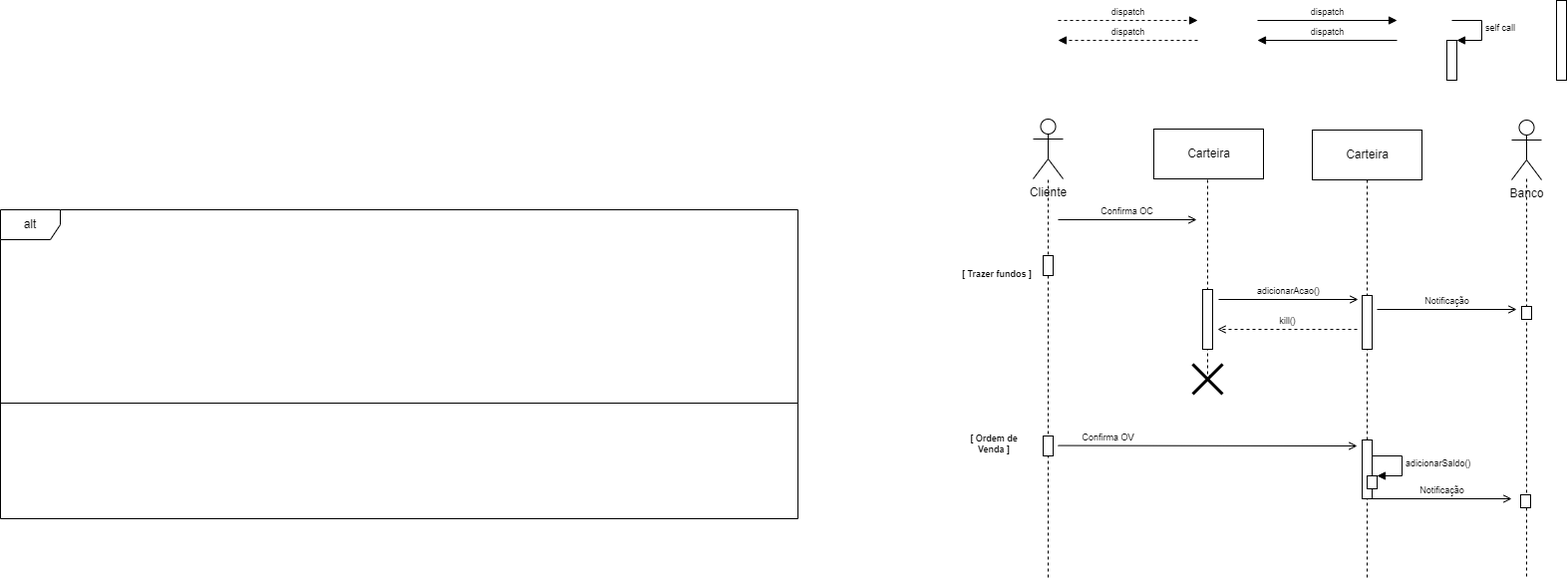
Above: MarketDiagramasDeSequencia/MarketSequencia05.drawio.png in EijiDogen/FEI_MDSMarket (draw.io), before the change. Source tidied: cells renumbered, new cells last; positions are measured from the earlier drawing's top-left corner, leaving out a move shared by most shapes.
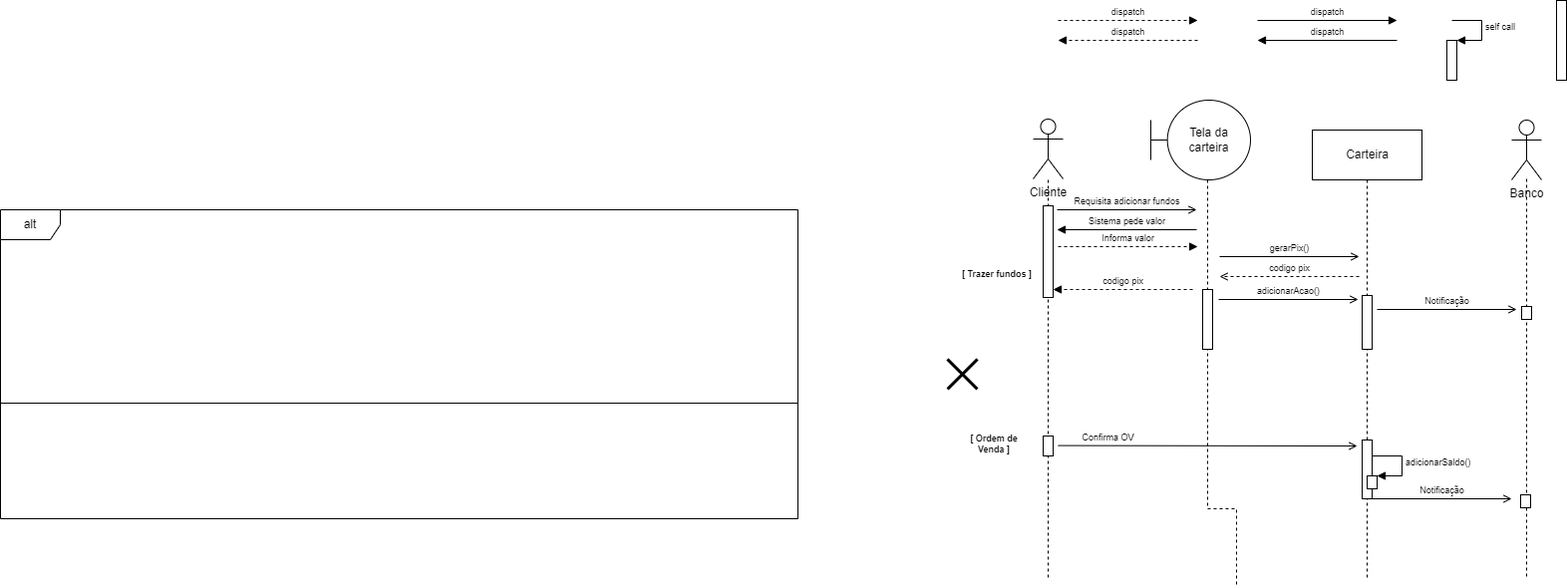
Later version of the same file.

What changed in the source:
```diff
@@ -51,21 +51,18 @@
     <mxCell id="12" style="edgeStyle=orthogonalEdgeStyle;rounded=0;orthogonalLoop=1;jettySize=auto;html=1;endArrow=none;endFill=0;dashed=1;" parent="5" edge="1">
       <mxGeometry relative="1" as="geometry">
         <mxPoint x="1211" y="180" as="sourcePoint" />
-        <mxPoint x="1214" y="376" as="targetPoint" />
+        <mxPoint x="1240" y="587" as="targetPoint" />
         <Array as="points">
-          <mxPoint x="1211" y="376" />
+          <mxPoint x="1211" y="510" />
         </Array>
       </mxGeometry>
     </mxCell>
-    <mxCell id="13" value="Carteira" style="html=1;" parent="5" vertex="1">
-      <mxGeometry x="1157" y="129" width="110" height="50" as="geometry" />
-    </mxCell>
     <mxCell id="14" value="Active" parent="0" />
     <mxCell id="15" style="html=1;perimeter=orthogonalPerimeter;fontSize=9;" parent="14" vertex="1">
       <mxGeometry x="1561" width="10" height="80" as="geometry" />
     </mxCell>
     <mxCell id="16" style="html=1;perimeter=orthogonalPerimeter;fontSize=9;" parent="14" vertex="1">
-      <mxGeometry x="1046" y="256" width="10" height="20" as="geometry" />
+      <mxGeometry x="1046" y="206" width="10" height="92" as="geometry" />
     </mxCell>
     <mxCell id="17" style="html=1;perimeter=orthogonalPerimeter;fontSize=9;" parent="14" vertex="1">
       <mxGeometry x="1206" y="290" width="10" height="60" as="geometry" />
@@ -99,11 +96,38 @@
     <mxCell id="24" value="[ Ordem de&lt;br&gt;Venda ]" style="text;html=1;strokeColor=none;fillColor=none;align=center;verticalAlign=middle;whiteSpace=wrap;rounded=0;fontSize=9;fontStyle=1;" parent="14" vertex="1">
       <mxGeometry x="938" y="430" width="118" height="30" as="geometry" />
     </mxCell>
+    <mxCell id="40" value="Tela da&lt;br&gt;carteira" style="shape=umlBoundary;whiteSpace=wrap;html=1;" parent="14" vertex="1">
+      <mxGeometry x="1154" y="100" width="100" height="80" as="geometry" />
+    </mxCell>
+    <mxCell id="41" value="gerarPix()" style="html=1;verticalAlign=bottom;endArrow=open;rounded=0;fontSize=9;endFill=0;" parent="14" edge="1">
+      <mxGeometry relative="1" as="geometry">
+        <mxPoint x="1223" y="257" as="sourcePoint" />
+        <mxPoint x="1363" y="257" as="targetPoint" />
+      </mxGeometry>
+    </mxCell>
+    <mxCell id="42" value="codigo pix" style="html=1;verticalAlign=bottom;endArrow=block;rounded=0;dashed=1;fontSize=9;" parent="14" edge="1">
+      <mxGeometry relative="1" as="geometry">
+        <mxPoint x="1196" y="290" as="sourcePoint" />
+        <mxPoint x="1056" y="290" as="targetPoint" />
+      </mxGeometry>
+    </mxCell>
+    <mxCell id="43" value="Sistema pede valor" style="html=1;verticalAlign=bottom;endArrow=block;rounded=0;fontSize=9;" parent="14" edge="1">
+      <mxGeometry relative="1" as="geometry">
+        <mxPoint x="1200" y="230" as="sourcePoint" />
+        <mxPoint x="1060" y="230" as="targetPoint" />
+      </mxGeometry>
+    </mxCell>
+    <mxCell id="44" value="Informa valor" style="html=1;verticalAlign=bottom;endArrow=block;rounded=0;dashed=1;fontSize=9;" parent="14" edge="1">
+      <mxGeometry relative="1" as="geometry">
+        <mxPoint x="1061" y="247" as="sourcePoint" />
+        <mxPoint x="1201" y="247" as="targetPoint" />
+      </mxGeometry>
+    </mxCell>
     <mxCell id="25" value="Messages" parent="0" />
-    <mxCell id="26" value="Confirma OC" style="html=1;verticalAlign=bottom;endArrow=open;rounded=0;fontSize=9;endFill=0;" parent="25" edge="1">
+    <mxCell id="26" value="Requisita adicionar fundos" style="html=1;verticalAlign=bottom;endArrow=open;rounded=0;fontSize=9;endFill=0;" parent="25" edge="1">
       <mxGeometry relative="1" as="geometry">
-        <mxPoint x="1061" y="220" as="sourcePoint" />
-        <mxPoint x="1200" y="220" as="targetPoint" />
+        <mxPoint x="1060" y="210" as="sourcePoint" />
+        <mxPoint x="1200" y="210" as="targetPoint" />
       </mxGeometry>
     </mxCell>
     <mxCell id="27" value="dispatch" style="html=1;verticalAlign=bottom;endArrow=block;rounded=0;fontSize=9;" parent="25" edge="1">
@@ -141,10 +165,10 @@
         </Array>
       </mxGeometry>
     </mxCell>
-    <mxCell id="33" value="kill()" style="html=1;verticalAlign=bottom;endArrow=open;rounded=0;fontSize=9;dashed=1;endFill=0;" parent="25" edge="1">
+    <mxCell id="33" value="codigo pix" style="html=1;verticalAlign=bottom;endArrow=open;rounded=0;fontSize=9;dashed=1;endFill=0;" parent="25" edge="1">
       <mxGeometry relative="1" as="geometry">
-        <mxPoint x="1361" y="330" as="sourcePoint" />
-        <mxPoint x="1221" y="330" as="targetPoint" />
+        <mxPoint x="1363" y="277" as="sourcePoint" />
+        <mxPoint x="1223" y="277" as="targetPoint" />
       </mxGeometry>
     </mxCell>
     <mxCell id="34" style="html=1;perimeter=orthogonalPerimeter;fontSize=9;" parent="25" vertex="1">
@@ -163,7 +187,7 @@
       </mxGeometry>
     </mxCell>
     <mxCell id="37" style="shape=umlDestroy;whiteSpace=wrap;html=1;strokeWidth=3;fontSize=9;" parent="25" vertex="1">
-      <mxGeometry x="1196" y="365" width="30" height="30" as="geometry" />
+      <mxGeometry x="950" y="360" width="30" height="30" as="geometry" />
     </mxCell>
     <mxCell id="38" style="html=1;perimeter=orthogonalPerimeter;fontSize=9;" parent="25" vertex="1">
       <mxGeometry x="1046" y="437" width="10" height="20" as="geometry" />
```
